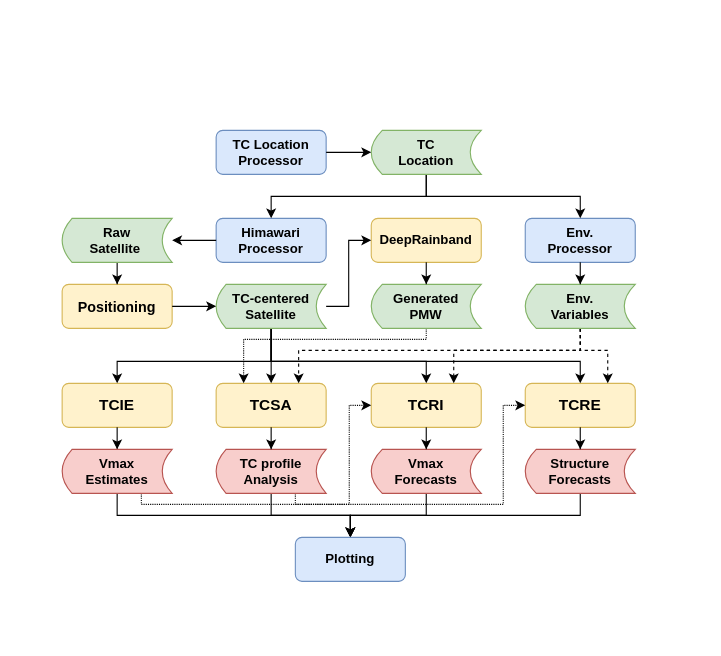
Above: dltc.drawio in yuyangk/FlowChart (draw.io), before the change. Source tidied: cells renumbered, new cells numbered last; positions are measured from the earlier drawing's top-left corner, leaving out a move shared by most shapes. Both pictures are drawn from the tidied source at 110%, with x=0, y=0 at pixel (62, 130).
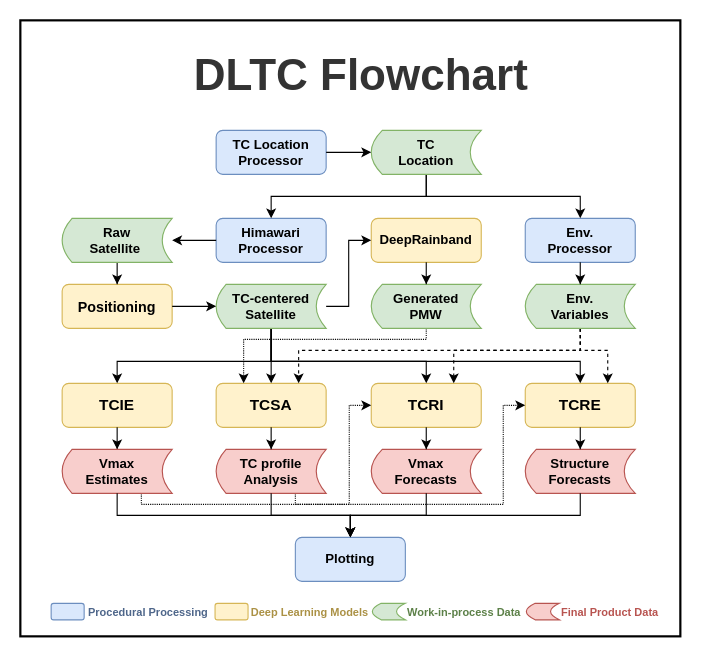
The same diagram, later.

Unchanged cells that the change refers to:
```xml
<mxCell id="32" value="TC profile&lt;br&gt;Analysis" style="shape=dataStorage;whiteSpace=wrap;html=1;fixedSize=1;fillColor=#f8cecc;strokeColor=#b85450;fontFamily=Helvetica;fontStyle=1;size=9;" parent="1" vertex="1">
  <mxGeometry x="140" y="290" width="100" height="40" as="geometry" />
</mxCell>
<mxCell id="36" value="Vmax &lt;br&gt;Estimates" style="shape=dataStorage;whiteSpace=wrap;html=1;fixedSize=1;fillColor=#f8cecc;strokeColor=#b85450;fontFamily=Helvetica;fontStyle=1;size=9;" parent="1" vertex="1">
  <mxGeometry y="290" width="100" height="40" as="geometry" />
</mxCell>
<mxCell id="38" value="Vmax &lt;br&gt;Forecasts" style="shape=dataStorage;whiteSpace=wrap;html=1;fixedSize=1;fillColor=#f8cecc;strokeColor=#b85450;fontFamily=Helvetica;fontStyle=1;size=10;" parent="1" vertex="1">
  <mxGeometry x="281" y="290" width="100" height="40" as="geometry" />
</mxCell>
<mxCell id="41" value="Structure&lt;br&gt;Forecasts" style="shape=dataStorage;whiteSpace=wrap;html=1;fixedSize=1;fillColor=#f8cecc;strokeColor=#b85450;fontFamily=Helvetica;fontStyle=1;size=10;" parent="1" vertex="1">
  <mxGeometry x="421" y="290" width="100" height="40" as="geometry" />
</mxCell>
<mxCell id="47" value="&lt;span style=&quot;font-size: 12px;&quot;&gt;Plotting&lt;/span&gt;" style="rounded=1;whiteSpace=wrap;html=1;shadow=0;labelBackgroundColor=none;strokeWidth=1;fontFamily=Helvetica;fontSize=11;align=center;strokeColor=#6c8ebf;fillColor=#dae8fc;fontStyle=1;" parent="1" vertex="1">
  <mxGeometry x="212" y="370" width="100" height="40" as="geometry" />
</mxCell>
```

Change to the diagram source:
```diff
@@
+    <mxCell id="48" style="rounded=0;whiteSpace=wrap;html=1;strokeWidth=2;" parent="1" vertex="1">
+      <mxGeometry x="-38" y="-100" width="600" height="560" as="geometry" />
+    </mxCell>
+    <mxCell id="49" value="&lt;span style=&quot;font-family: Helvetica; font-style: normal; font-variant-ligatures: normal; font-variant-caps: normal; letter-spacing: normal; orphans: 2; text-indent: 0px; text-transform: none; widows: 2; word-spacing: 0px; -webkit-text-stroke-width: 0px; text-decoration-thickness: initial; text-decoration-style: initial; text-decoration-color: initial; float: none; display: inline !important;&quot;&gt;&lt;font color=&quot;#333333&quot; style=&quot;font-size: 40px;&quot;&gt;&lt;b style=&quot;&quot;&gt;DLTC Flowchart&lt;/b&gt;&lt;/font&gt;&lt;/span&gt;" style="text;whiteSpace=wrap;html=1;fontStyle=0;fontSize=50;align=center;" parent="1" vertex="1">
+      <mxGeometry x="-38" y="-90" width="620" height="60" as="geometry" />
+    </mxCell>
+    <mxCell id="50" style="rounded=1;whiteSpace=wrap;html=1;fillColor=#fff2cc;strokeColor=#d6b656;" parent="1" vertex="1">
+      <mxGeometry x="139" y="430" width="30" height="15" as="geometry" />
+    </mxCell>
+    <mxCell id="51" style="rounded=1;whiteSpace=wrap;html=1;fillColor=#dae8fc;strokeColor=#6c8ebf;" parent="1" vertex="1">
+      <mxGeometry x="-10" y="430" width="30" height="15" as="geometry" />
+    </mxCell>
+    <mxCell id="52" value="&lt;font color=&quot;#ab9145&quot; style=&quot;font-size: 10px;&quot;&gt;Deep Learning Models&lt;/font&gt;" style="rounded=0;whiteSpace=wrap;html=1;fillColor=none;strokeColor=none;align=left;fontStyle=1;fontSize=10;" parent="1" vertex="1">
+      <mxGeometry x="170" y="427.5" width="120" height="20" as="geometry" />
+    </mxCell>
+    <mxCell id="53" value="&lt;font color=&quot;#4e668a&quot; style=&quot;font-size: 10px;&quot;&gt;Procedural Processing&lt;/font&gt;" style="rounded=0;whiteSpace=wrap;html=1;fillColor=none;strokeColor=none;align=left;fontStyle=1;fontSize=10;" parent="1" vertex="1">
+      <mxGeometry x="22" y="427.5" width="128" height="20" as="geometry" />
+    </mxCell>
+    <mxCell id="54" style="shape=dataStorage;whiteSpace=wrap;html=1;fixedSize=1;size=8;fillColor=#f8cecc;strokeColor=#b85450;" parent="1" vertex="1">
+      <mxGeometry x="422" y="430" width="30" height="15" as="geometry" />
+    </mxCell>
+    <mxCell id="55" style="shape=dataStorage;whiteSpace=wrap;html=1;fixedSize=1;size=8;fillColor=#d5e8d4;strokeColor=#82b366;" parent="1" vertex="1">
+      <mxGeometry x="282" y="430" width="30" height="15" as="geometry" />
+    </mxCell>
+    <mxCell id="56" value="&lt;span style=&quot;font-family: Helvetica; font-size: 10px; font-style: normal; font-variant-ligatures: normal; font-variant-caps: normal; letter-spacing: normal; orphans: 2; text-indent: 0px; text-transform: none; widows: 2; word-spacing: 0px; -webkit-text-stroke-width: 0px; text-decoration-thickness: initial; text-decoration-style: initial; text-decoration-color: initial; float: none; display: inline !important;&quot;&gt;&lt;font color=&quot;#5c8048&quot; style=&quot;font-size: 10px;&quot;&gt;Work-in-process Data&lt;/font&gt;&lt;/span&gt;" style="rounded=0;whiteSpace=wrap;html=1;fillColor=none;strokeColor=none;align=left;fontStyle=1;fontSize=10;" parent="1" vertex="1">
+      <mxGeometry x="312" y="427.5" width="110" height="20" as="geometry" />
+    </mxCell>
+    <mxCell id="57" value="&lt;span style=&quot;font-family: Helvetica; font-size: 10px; font-style: normal; font-variant-ligatures: normal; font-variant-caps: normal; letter-spacing: normal; orphans: 2; text-indent: 0px; text-transform: none; widows: 2; word-spacing: 0px; -webkit-text-stroke-width: 0px; text-decoration-thickness: initial; text-decoration-style: initial; text-decoration-color: initial; float: none; display: inline !important;&quot;&gt;&lt;font style=&quot;font-size: 10px;&quot; color=&quot;#b85450&quot;&gt;Final Product Data&lt;/font&gt;&lt;/span&gt;" style="rounded=0;whiteSpace=wrap;html=1;fillColor=none;strokeColor=none;align=left;fontStyle=1;fontSize=10;" parent="1" vertex="1">
+      <mxGeometry x="452" y="427.5" width="104" height="20" as="geometry" />
+    </mxCell>
@@
-    <mxCell id="31" style="edgeStyle=orthogonalEdgeStyle;rounded=0;jettySize=auto;html=1;entryX=0.5;entryY=0;entryDx=0;entryDy=0;" parent="1" edge="1" source="32" target="47">
-      <mxGeometry relative="1" as="geometry">
-        <Array as="points">
-          <mxPoint x="190" y="350" />
-          <mxPoint x="262" y="350" />
-        </Array>
-      </mxGeometry>
-    </mxCell>
@@
-    <mxCell id="35" style="edgeStyle=orthogonalEdgeStyle;rounded=0;jettySize=auto;html=1;entryX=0.5;entryY=0;entryDx=0;entryDy=0;" parent="1" edge="1" source="36" target="47">
-      <mxGeometry relative="1" as="geometry">
-        <Array as="points">
-          <mxPoint x="50" y="350" />
-          <mxPoint x="262" y="350" />
-        </Array>
-      </mxGeometry>
-    </mxCell>
@@
-    <mxCell id="37" style="edgeStyle=orthogonalEdgeStyle;rounded=0;jettySize=auto;html=1;entryX=0.5;entryY=0;entryDx=0;entryDy=0;" parent="1" edge="1" source="38" target="47">
-      <mxGeometry relative="1" as="geometry" />
-    </mxCell>
@@
-    <mxCell id="40" style="edgeStyle=orthogonalEdgeStyle;rounded=0;jettySize=auto;html=1;entryX=0.5;entryY=0;entryDx=0;entryDy=0;" parent="1" edge="1" source="41" target="47">
-      <mxGeometry relative="1" as="geometry">
-        <Array as="points">
-          <mxPoint x="471" y="350" />
-          <mxPoint x="262" y="350" />
-        </Array>
-      </mxGeometry>
-    </mxCell>
@@
+    <mxCell id="31" style="edgeStyle=orthogonalEdgeStyle;rounded=0;jettySize=auto;html=1;entryX=0.5;entryY=0;entryDx=0;entryDy=0;" parent="1" edge="1" source="32" target="47">
+      <mxGeometry relative="1" as="geometry">
+        <Array as="points">
+          <mxPoint x="190" y="350" />
+          <mxPoint x="262" y="350" />
+        </Array>
+      </mxGeometry>
+    </mxCell>
+    <mxCell id="35" style="edgeStyle=orthogonalEdgeStyle;rounded=0;jettySize=auto;html=1;entryX=0.5;entryY=0;entryDx=0;entryDy=0;" parent="1" edge="1" source="36" target="47">
+      <mxGeometry relative="1" as="geometry">
+        <Array as="points">
+          <mxPoint x="50" y="350" />
+          <mxPoint x="262" y="350" />
+        </Array>
+      </mxGeometry>
+    </mxCell>
+    <mxCell id="37" style="edgeStyle=orthogonalEdgeStyle;rounded=0;jettySize=auto;html=1;entryX=0.5;entryY=0;entryDx=0;entryDy=0;" parent="1" edge="1" source="38" target="47">
+      <mxGeometry relative="1" as="geometry" />
+    </mxCell>
+    <mxCell id="40" style="edgeStyle=orthogonalEdgeStyle;rounded=0;jettySize=auto;html=1;entryX=0.5;entryY=0;entryDx=0;entryDy=0;" parent="1" edge="1" source="41" target="47">
+      <mxGeometry relative="1" as="geometry">
+        <Array as="points">
+          <mxPoint x="471" y="350" />
+          <mxPoint x="262" y="350" />
+        </Array>
+      </mxGeometry>
+    </mxCell>
```
